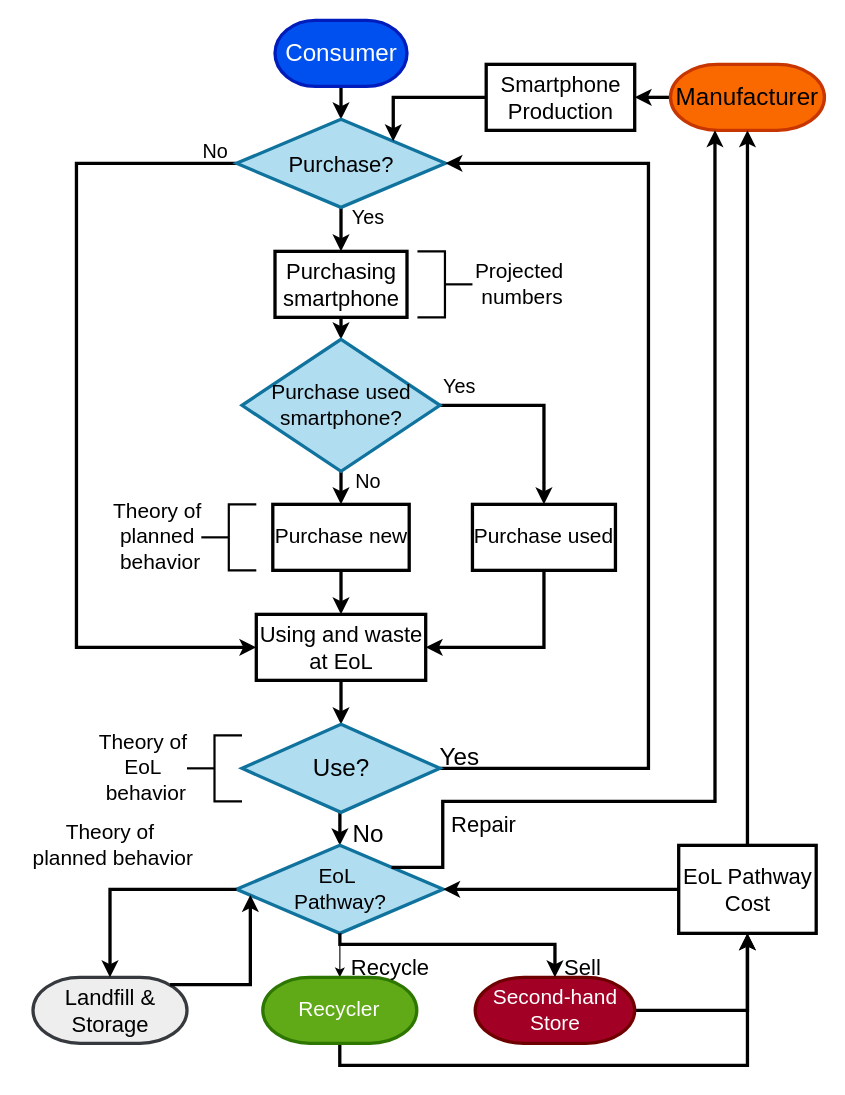
Earlier version of the draw.io diagram supplementary/consumer_decision_tree.drawio (jungletada/ABMSF). Source tidied: cells renumbered, new cells numbered last; positions are measured from the earlier drawing's top-left corner, leaving out a move shared by most shapes. Both pictures are drawn from the tidied source at 110%, with x=0, y=0 at pixel (19, 20).
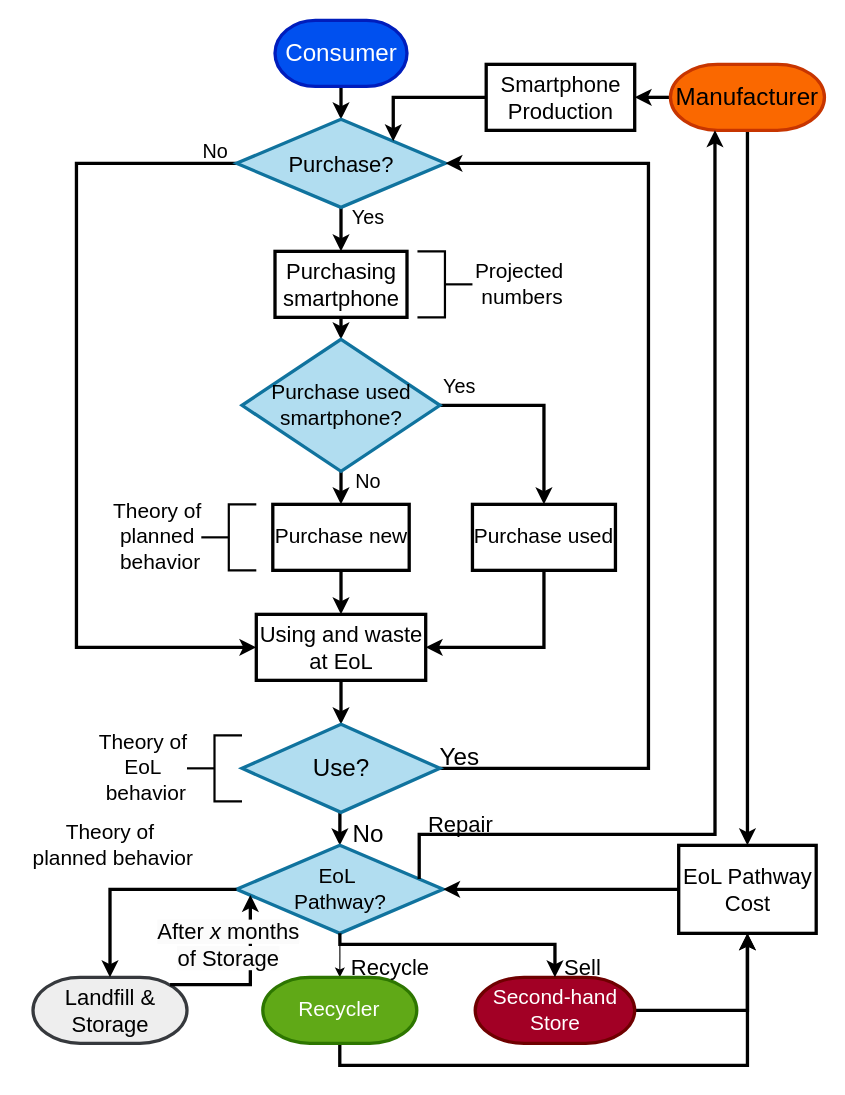
The same page after the edit.

The change refers to these unchanged cells:
```xml
<mxCell id="22" value="&lt;div style=&quot;font-size: 19px;&quot;&gt;&lt;span style=&quot;font-size: 19px; background-color: initial;&quot;&gt;EoL&amp;nbsp;&lt;/span&gt;&lt;/div&gt;&lt;div style=&quot;font-size: 19px;&quot;&gt;&lt;span style=&quot;font-size: 19px; background-color: initial;&quot;&gt;Pathway?&lt;/span&gt;&lt;br style=&quot;font-size: 19px;&quot;&gt;&lt;/div&gt;" style="rhombus;whiteSpace=wrap;html=1;fontSize=19;strokeWidth=3;fillColor=#b1ddf0;strokeColor=#10739e;" parent="1" vertex="1">
  <mxGeometry x="197.5" y="750" width="187.9" height="80" as="geometry" />
</mxCell>
<mxCell id="40" value="&lt;span style=&quot;font-size: 22px;&quot;&gt;Manufacturer&lt;/span&gt;" style="strokeWidth=3;html=1;shape=mxgraph.flowchart.terminator;whiteSpace=wrap;fillColor=#fa6800;fontColor=#000000;strokeColor=#C73500;" parent="1" vertex="1">
  <mxGeometry x="592" y="40" width="140" height="60" as="geometry" />
</mxCell>
<mxCell id="44" value="&lt;span style=&quot;font-size: 20px;&quot;&gt;EoL Pathway Cost&lt;/span&gt;" style="rounded=0;whiteSpace=wrap;html=1;fontSize=20;strokeWidth=3;" parent="1" vertex="1">
  <mxGeometry x="599.5" y="750" width="125" height="80" as="geometry" />
</mxCell>
```

Diff of the diagram source:
```diff
@@
+    <mxCell id="55" style="edgeStyle=orthogonalEdgeStyle;rounded=0;jettySize=auto;html=1;entryX=0.5;entryY=0;entryDx=0;entryDy=0;strokeWidth=3;" parent="1" edge="1" source="40" target="44">
+      <mxGeometry relative="1" as="geometry" />
+    </mxCell>
@@
     <mxCell id="45" value="&lt;font style=&quot;font-size: 20px;&quot;&gt;Repair&lt;/font&gt;" style="text;html=1;align=center;verticalAlign=middle;strokeColor=none;fillColor=none;" parent="1" vertex="1">
-      <mxGeometry x="382" y="710" width="80" height="40" as="geometry" />
+      <mxGeometry x="361.4" y="710" width="80" height="40" as="geometry" />
     </mxCell>
@@
-    <mxCell id="52" style="edgeStyle=orthogonalEdgeStyle;rounded=0;jettySize=auto;html=1;exitX=0.5;exitY=0;exitDx=0;exitDy=0;entryX=0.5;entryY=1;entryDx=0;entryDy=0;entryPerimeter=0;strokeWidth=3;" parent="1" edge="1" source="44" target="40">
-      <mxGeometry relative="1" as="geometry" />
-    </mxCell>
-    <mxCell id="53" style="edgeStyle=orthogonalEdgeStyle;rounded=0;jettySize=auto;html=1;exitX=1;exitY=0;exitDx=0;exitDy=0;entryX=0.289;entryY=0.997;entryDx=0;entryDy=0;entryPerimeter=0;strokeWidth=3;" parent="1" edge="1" source="22" target="40">
+    <mxCell id="53" style="edgeStyle=orthogonalEdgeStyle;rounded=0;jettySize=auto;html=1;exitX=0.884;exitY=0.383;exitDx=0;exitDy=0;entryX=0.289;entryY=0.997;entryDx=0;entryDy=0;entryPerimeter=0;strokeWidth=3;exitPerimeter=0;" parent="1" edge="1" source="22" target="40">
       <mxGeometry relative="1" as="geometry">
         <Array as="points">
-          <mxPoint x="385" y="770" />
-          <mxPoint x="385" y="710" />
-          <mxPoint x="633" y="710" />
+          <mxPoint x="364" y="740" />
+          <mxPoint x="633" y="740" />
         </Array>
       </mxGeometry>
     </mxCell>
@@
+    <mxCell id="56" value="&lt;span style=&quot;color: rgb(0, 0, 0); font-family: Helvetica; font-size: 20px; font-style: normal; font-variant-ligatures: normal; font-variant-caps: normal; font-weight: 400; letter-spacing: normal; orphans: 2; text-indent: 0px; text-transform: none; widows: 2; word-spacing: 0px; -webkit-text-stroke-width: 0px; white-space: normal; background-color: rgb(251, 251, 251); text-decoration-thickness: initial; text-decoration-style: initial; text-decoration-color: initial; float: none; display: inline !important;&quot;&gt;After &lt;/span&gt;&lt;span style=&quot;color: rgb(0, 0, 0); font-family: Helvetica; font-size: 20px; font-variant-ligatures: normal; font-variant-caps: normal; font-weight: 400; letter-spacing: normal; orphans: 2; text-indent: 0px; text-transform: none; widows: 2; word-spacing: 0px; -webkit-text-stroke-width: 0px; white-space: normal; background-color: rgb(251, 251, 251); text-decoration-thickness: initial; text-decoration-style: initial; text-decoration-color: initial; float: none; display: inline !important;&quot;&gt;&lt;i&gt;x&lt;/i&gt;&lt;/span&gt;&lt;span style=&quot;color: rgb(0, 0, 0); font-family: Helvetica; font-size: 20px; font-style: normal; font-variant-ligatures: normal; font-variant-caps: normal; font-weight: 400; letter-spacing: normal; orphans: 2; text-indent: 0px; text-transform: none; widows: 2; word-spacing: 0px; -webkit-text-stroke-width: 0px; white-space: normal; background-color: rgb(251, 251, 251); text-decoration-thickness: initial; text-decoration-style: initial; text-decoration-color: initial; float: none; display: inline !important;&quot;&gt; months of Storage&lt;/span&gt;" style="text;whiteSpace=wrap;html=1;align=center;" parent="1" vertex="1">
+      <mxGeometry x="123.2" y="810" width="134.5" height="90" as="geometry" />
+    </mxCell>
```
